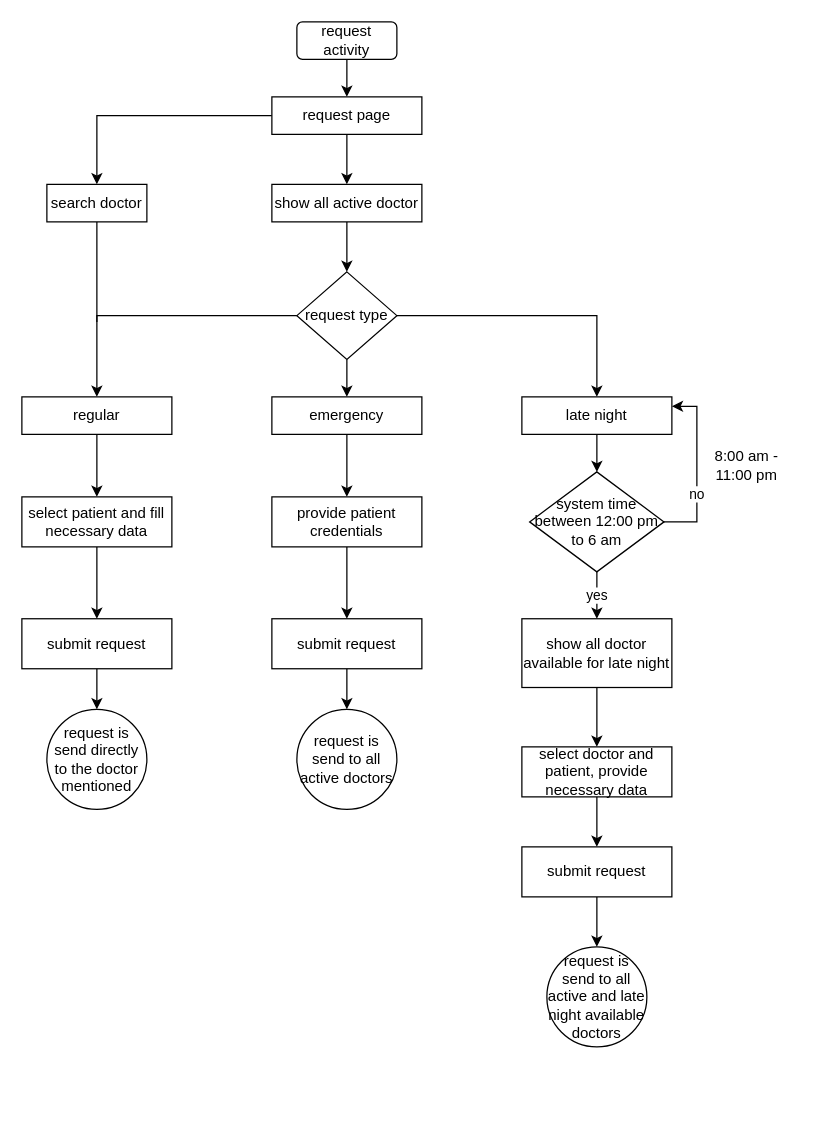
souravbiswassanto/Projects keeps this draw.io diagram as request activity.drawio. Above is the earlier version. Source tidied: cells renumbered, new cells numbered last; positions are measured from the earlier drawing's top-left corner, leaving out a move shared by most shapes. Both pictures are drawn from the tidied source at 125%, with x=0, y=0 at pixel (21, 21).
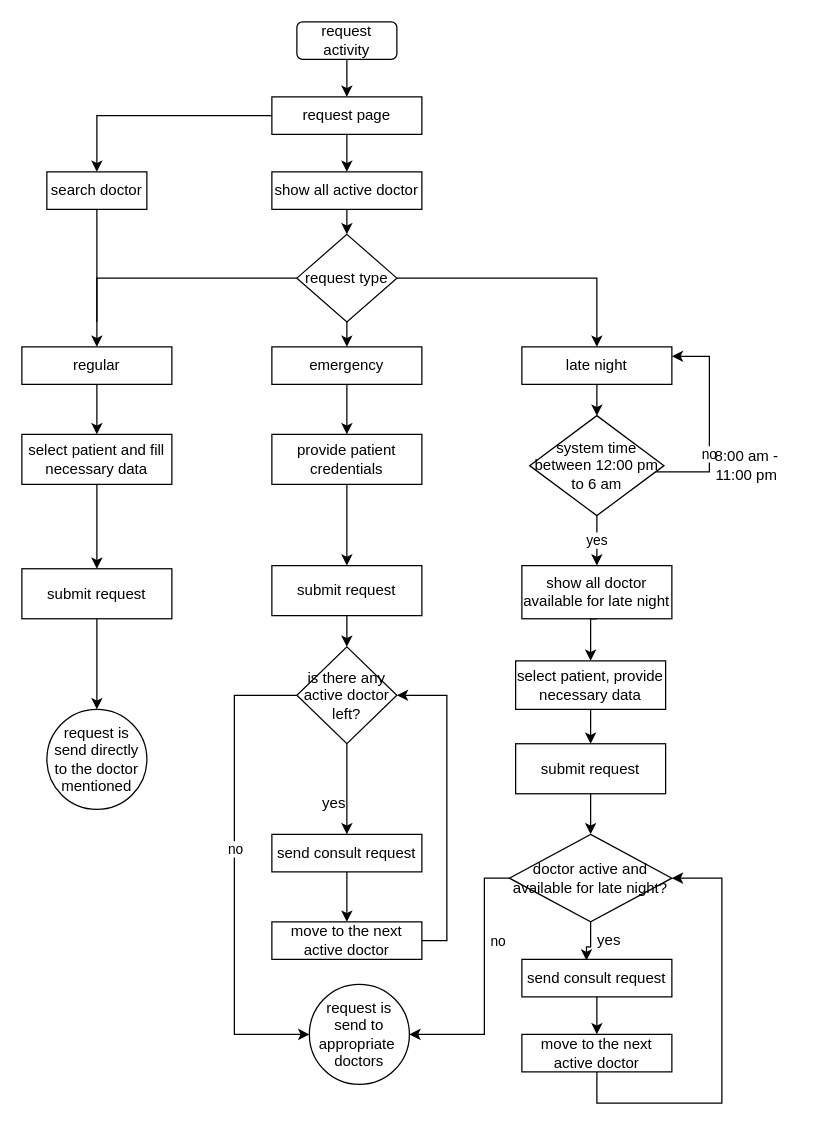
The same page after the edit.

Change to the diagram source:
```diff
@@
     <mxCell id="8" value="show all active doctor" style="rounded=0;whiteSpace=wrap;html=1;" parent="1" vertex="1">
-      <mxGeometry x="200" y="130" width="120" height="30" as="geometry" />
+      <mxGeometry x="200" y="120" width="120" height="30" as="geometry" />
     </mxCell>
@@
     <mxCell id="10" value="emergency" style="rounded=0;whiteSpace=wrap;html=1;" parent="1" vertex="1">
-      <mxGeometry x="200" y="300" width="120" height="30" as="geometry" />
+      <mxGeometry x="200" y="260" width="120" height="30" as="geometry" />
     </mxCell>
@@
     <mxCell id="12" style="edgeStyle=orthogonalEdgeStyle;rounded=0;jettySize=auto;html=1;entryX=0.5;entryY=0;entryDx=0;entryDy=0;" parent="1" edge="1" source="14" target="18">
       <mxGeometry relative="1" as="geometry">
         <Array as="points">
-          <mxPoint x="60" y="235" />
+          <mxPoint x="60" y="205" />
         </Array>
       </mxGeometry>
     </mxCell>
@@
     <mxCell id="14" value="request type" style="rhombus;whiteSpace=wrap;html=1;" parent="1" vertex="1">
-      <mxGeometry x="220" y="200" width="80" height="70" as="geometry" />
+      <mxGeometry x="220" y="170" width="80" height="70" as="geometry" />
     </mxCell>
@@
     <mxCell id="16" value="late night" style="rounded=0;whiteSpace=wrap;html=1;" parent="1" vertex="1">
-      <mxGeometry x="400" y="300" width="120" height="30" as="geometry" />
+      <mxGeometry x="400" y="260" width="120" height="30" as="geometry" />
     </mxCell>
@@
     <mxCell id="18" value="regular" style="rounded=0;whiteSpace=wrap;html=1;" parent="1" vertex="1">
-      <mxGeometry y="300" width="120" height="30" as="geometry" />
+      <mxGeometry y="260" width="120" height="30" as="geometry" />
     </mxCell>
-    <mxCell id="19" style="edgeStyle=orthogonalEdgeStyle;rounded=0;jettySize=auto;html=1;" parent="1" edge="1" source="20" target="29">
+    <mxCell id="19" style="edgeStyle=orthogonalEdgeStyle;rounded=0;jettySize=auto;html=1;exitX=0.5;exitY=1;exitDx=0;exitDy=0;entryX=0.5;entryY=0;entryDx=0;entryDy=0;" parent="1" edge="1" source="20" target="29">
       <mxGeometry relative="1" as="geometry" />
     </mxCell>
     <mxCell id="20" value="provide patient credentials" style="rounded=0;whiteSpace=wrap;html=1;" parent="1" vertex="1">
-      <mxGeometry x="200" y="380" width="120" height="40" as="geometry" />
+      <mxGeometry x="200" y="330" width="120" height="40" as="geometry" />
     </mxCell>
     <mxCell id="21" value="search doctor" style="rounded=0;whiteSpace=wrap;html=1;" parent="1" vertex="1">
-      <mxGeometry x="20" y="130" width="80" height="30" as="geometry" />
+      <mxGeometry x="20" y="120" width="80" height="30" as="geometry" />
     </mxCell>
@@
     <mxCell id="24" value="select patient and fill necessary data" style="rounded=0;whiteSpace=wrap;html=1;" parent="1" vertex="1">
-      <mxGeometry y="380" width="120" height="40" as="geometry" />
+      <mxGeometry y="330" width="120" height="40" as="geometry" />
     </mxCell>
@@
     <mxCell id="26" value="submit request" style="rounded=0;whiteSpace=wrap;html=1;" parent="1" vertex="1">
-      <mxGeometry y="477.5" width="120" height="40" as="geometry" />
+      <mxGeometry y="437.5" width="120" height="40" as="geometry" />
     </mxCell>
@@
-    <mxCell id="28" style="edgeStyle=orthogonalEdgeStyle;rounded=0;jettySize=auto;html=1;entryX=0.5;entryY=0;entryDx=0;entryDy=0;" parent="1" edge="1" source="29" target="30">
-      <mxGeometry relative="1" as="geometry" />
-    </mxCell>
+    <mxCell id="43" style="edgeStyle=orthogonalEdgeStyle;rounded=0;jettySize=auto;html=1;" parent="1" edge="1" source="29" target="48">
+      <mxGeometry relative="1" as="geometry" />
+    </mxCell>
     <mxCell id="29" value="submit request" style="rounded=0;whiteSpace=wrap;html=1;" parent="1" vertex="1">
-      <mxGeometry x="200" y="477.5" width="120" height="40" as="geometry" />
+      <mxGeometry x="200" y="435" width="120" height="40" as="geometry" />
     </mxCell>
-    <mxCell id="30" value="request is send to all active doctors" style="ellipse;whiteSpace=wrap;html=1;" parent="1" vertex="1">
-      <mxGeometry x="220" y="550" width="80" height="80" as="geometry" />
+    <mxCell id="30" value="request is send to appropriate&amp;nbsp; doctors" style="ellipse;whiteSpace=wrap;html=1;" parent="1" vertex="1">
+      <mxGeometry x="230" y="770" width="80" height="80" as="geometry" />
     </mxCell>
     <mxCell id="31" style="edgeStyle=orthogonalEdgeStyle;rounded=0;jettySize=auto;html=1;entryX=1;entryY=0.25;entryDx=0;entryDy=0;" parent="1" edge="1" source="34" target="16">
       <mxGeometry relative="1" as="geometry">
         <Array as="points">
-          <mxPoint x="540" y="400" />
-          <mxPoint x="540" y="308" />
+          <mxPoint x="550" y="360" />
+          <mxPoint x="550" y="268" />
         </Array>
       </mxGeometry>
     </mxCell>
@@
     <mxCell id="34" value="system time between 12:00 pm to 6 am" style="rhombus;whiteSpace=wrap;html=1;" parent="1" vertex="1">
-      <mxGeometry x="406.2" y="360" width="107.5" height="80" as="geometry" />
+      <mxGeometry x="406.2" y="315" width="107.5" height="80" as="geometry" />
     </mxCell>
@@
     <mxCell id="37" value="show all doctor available for late night" style="rounded=0;whiteSpace=wrap;html=1;" parent="1" vertex="1">
-      <mxGeometry x="400" y="477.5" width="120" height="55" as="geometry" />
+      <mxGeometry x="400" y="435" width="120" height="42.5" as="geometry" />
     </mxCell>
@@
-    <mxCell id="39" value="select doctor and patient, provide necessary data" style="rounded=0;whiteSpace=wrap;html=1;" parent="1" vertex="1">
-      <mxGeometry x="400" y="580" width="120" height="40" as="geometry" />
+    <mxCell id="39" value="select patient, provide necessary data" style="rounded=0;whiteSpace=wrap;html=1;" parent="1" vertex="1">
+      <mxGeometry x="395" y="511.2" width="120" height="38.8" as="geometry" />
     </mxCell>
-    <mxCell id="40" style="edgeStyle=orthogonalEdgeStyle;rounded=0;jettySize=auto;html=1;" parent="1" edge="1" source="41" target="42">
-      <mxGeometry relative="1" as="geometry" />
-    </mxCell>
+    <mxCell id="44" style="edgeStyle=orthogonalEdgeStyle;rounded=0;jettySize=auto;html=1;entryX=0.5;entryY=0;entryDx=0;entryDy=0;" parent="1" edge="1" source="41" target="57">
+      <mxGeometry relative="1" as="geometry" />
+    </mxCell>
     <mxCell id="41" value="submit request" style="rounded=0;whiteSpace=wrap;html=1;" parent="1" vertex="1">
-      <mxGeometry x="400" y="660" width="120" height="40" as="geometry" />
+      <mxGeometry x="395" y="577.5" width="120" height="40" as="geometry" />
     </mxCell>
-    <mxCell id="42" value="request is send to all active and late night available doctors" style="ellipse;whiteSpace=wrap;html=1;" parent="1" vertex="1">
-      <mxGeometry x="420" y="740" width="80" height="80" as="geometry" />
-    </mxCell>
+    <mxCell id="45" style="edgeStyle=orthogonalEdgeStyle;rounded=0;jettySize=auto;html=1;entryX=0.5;entryY=0;entryDx=0;entryDy=0;" parent="1" edge="1" source="48" target="50">
+      <mxGeometry relative="1" as="geometry">
+        <Array as="points">
+          <mxPoint x="260" y="640" />
+          <mxPoint x="260" y="640" />
+        </Array>
+      </mxGeometry>
+    </mxCell>
+    <mxCell id="46" style="edgeStyle=orthogonalEdgeStyle;rounded=0;jettySize=auto;html=1;exitX=0;exitY=0.5;exitDx=0;exitDy=0;entryX=0;entryY=0.5;entryDx=0;entryDy=0;" parent="1" edge="1" source="48" target="30">
+      <mxGeometry relative="1" as="geometry">
+        <Array as="points">
+          <mxPoint x="170" y="539" />
+          <mxPoint x="170" y="810" />
+        </Array>
+      </mxGeometry>
+    </mxCell>
+    <mxCell id="47" value="no" style="edgeLabel;html=1;align=center;verticalAlign=middle;" parent="46" vertex="1">
+      <mxGeometry x="-0.09" relative="1" as="geometry" />
+    </mxCell>
+    <mxCell id="48" value="is there any active doctor left?" style="rhombus;whiteSpace=wrap;html=1;" parent="1" vertex="1">
+      <mxGeometry x="220" y="500" width="80" height="77.5" as="geometry" />
+    </mxCell>
+    <mxCell id="49" style="edgeStyle=orthogonalEdgeStyle;rounded=0;jettySize=auto;html=1;" parent="1" edge="1" source="50" target="52">
+      <mxGeometry relative="1" as="geometry" />
+    </mxCell>
+    <mxCell id="50" value="send consult request" style="rounded=0;whiteSpace=wrap;html=1;" parent="1" vertex="1">
+      <mxGeometry x="200" y="650" width="120" height="30" as="geometry" />
+    </mxCell>
+    <mxCell id="51" style="edgeStyle=orthogonalEdgeStyle;rounded=0;jettySize=auto;html=1;entryX=1;entryY=0.5;entryDx=0;entryDy=0;" parent="1" edge="1" source="52" target="48">
+      <mxGeometry relative="1" as="geometry">
+        <Array as="points">
+          <mxPoint x="340" y="735" />
+          <mxPoint x="340" y="539" />
+        </Array>
+      </mxGeometry>
+    </mxCell>
+    <mxCell id="52" value="move to the next active doctor" style="rounded=0;whiteSpace=wrap;html=1;" parent="1" vertex="1">
+      <mxGeometry x="200" y="720" width="120" height="30" as="geometry" />
+    </mxCell>
+    <mxCell id="53" value="yes" style="text;html=1;strokeColor=none;fillColor=none;align=center;verticalAlign=middle;whiteSpace=wrap;rounded=0;" parent="1" vertex="1">
+      <mxGeometry x="220" y="610" width="60" height="30" as="geometry" />
+    </mxCell>
+    <mxCell id="54" value="no" style="edgeLabel;html=1;align=center;verticalAlign=middle;" parent="1" vertex="1">
+      <mxGeometry x="380" y="735" as="geometry" />
+    </mxCell>
+    <mxCell id="55" style="edgeStyle=orthogonalEdgeStyle;rounded=0;jettySize=auto;html=1;entryX=0.431;entryY=0.033;entryDx=0;entryDy=0;entryPerimeter=0;" parent="1" edge="1" source="57" target="59">
+      <mxGeometry relative="1" as="geometry" />
+    </mxCell>
+    <mxCell id="56" style="edgeStyle=orthogonalEdgeStyle;rounded=0;jettySize=auto;html=1;entryX=1;entryY=0.5;entryDx=0;entryDy=0;" parent="1" edge="1" source="57" target="30">
+      <mxGeometry relative="1" as="geometry">
+        <Array as="points">
+          <mxPoint x="370" y="685" />
+          <mxPoint x="370" y="810" />
+        </Array>
+      </mxGeometry>
+    </mxCell>
+    <mxCell id="57" value="doctor active and available for late night?" style="rhombus;whiteSpace=wrap;html=1;" parent="1" vertex="1">
+      <mxGeometry x="390" y="650" width="130" height="70" as="geometry" />
+    </mxCell>
+    <mxCell id="58" style="edgeStyle=orthogonalEdgeStyle;rounded=0;jettySize=auto;html=1;" parent="1" edge="1" source="59" target="61">
+      <mxGeometry relative="1" as="geometry" />
+    </mxCell>
+    <mxCell id="59" value="send consult request" style="rounded=0;whiteSpace=wrap;html=1;" parent="1" vertex="1">
+      <mxGeometry x="400" y="750" width="120" height="30" as="geometry" />
+    </mxCell>
+    <mxCell id="60" style="edgeStyle=orthogonalEdgeStyle;rounded=0;jettySize=auto;html=1;entryX=1;entryY=0.5;entryDx=0;entryDy=0;" parent="1" edge="1" source="61" target="57">
+      <mxGeometry relative="1" as="geometry">
+        <Array as="points">
+          <mxPoint x="560" y="865" />
+          <mxPoint x="560" y="685" />
+        </Array>
+      </mxGeometry>
+    </mxCell>
+    <mxCell id="61" value="move to the next active doctor" style="rounded=0;whiteSpace=wrap;html=1;" parent="1" vertex="1">
+      <mxGeometry x="400" y="810" width="120" height="30" as="geometry" />
+    </mxCell>
+    <mxCell id="62" value="yes" style="text;html=1;strokeColor=none;fillColor=none;align=center;verticalAlign=middle;whiteSpace=wrap;rounded=0;" parent="1" vertex="1">
+      <mxGeometry x="440" y="720" width="60" height="30" as="geometry" />
+    </mxCell>
+    <mxCell id="63" style="edgeStyle=orthogonalEdgeStyle;rounded=0;orthogonalLoop=1;jettySize=auto;html=1;exitX=0.5;exitY=1;exitDx=0;exitDy=0;" parent="1" edge="1" source="61" target="61">
+      <mxGeometry relative="1" as="geometry" />
+    </mxCell>
```
